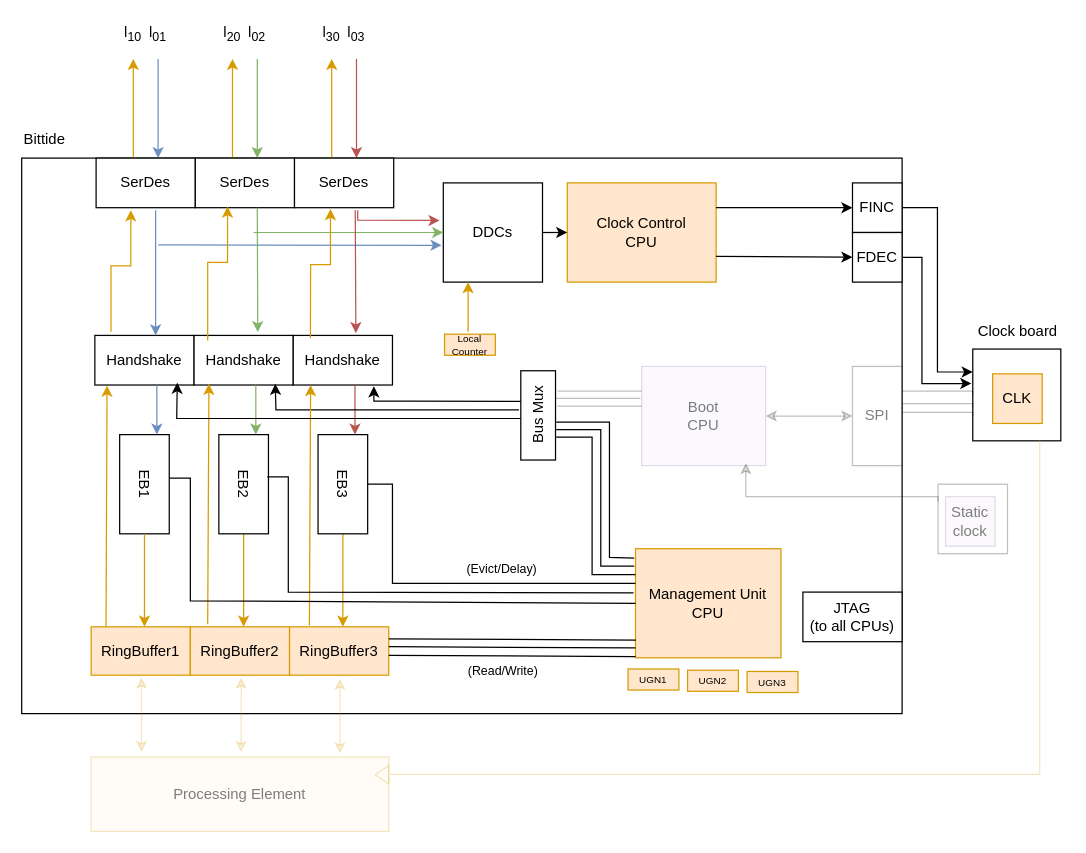
The draw.io diagram docs/diagrams/bittide-mu-diagram.drawio in bittide/bittide-hardware, before the edit. Source tidied: cells renumbered, new cells numbered last; positions are measured from the earlier drawing's top-left corner, leaving out a move shared by most shapes. Both pictures are drawn from the tidied source at 124%, with x=0, y=0 at pixel (21, 21).
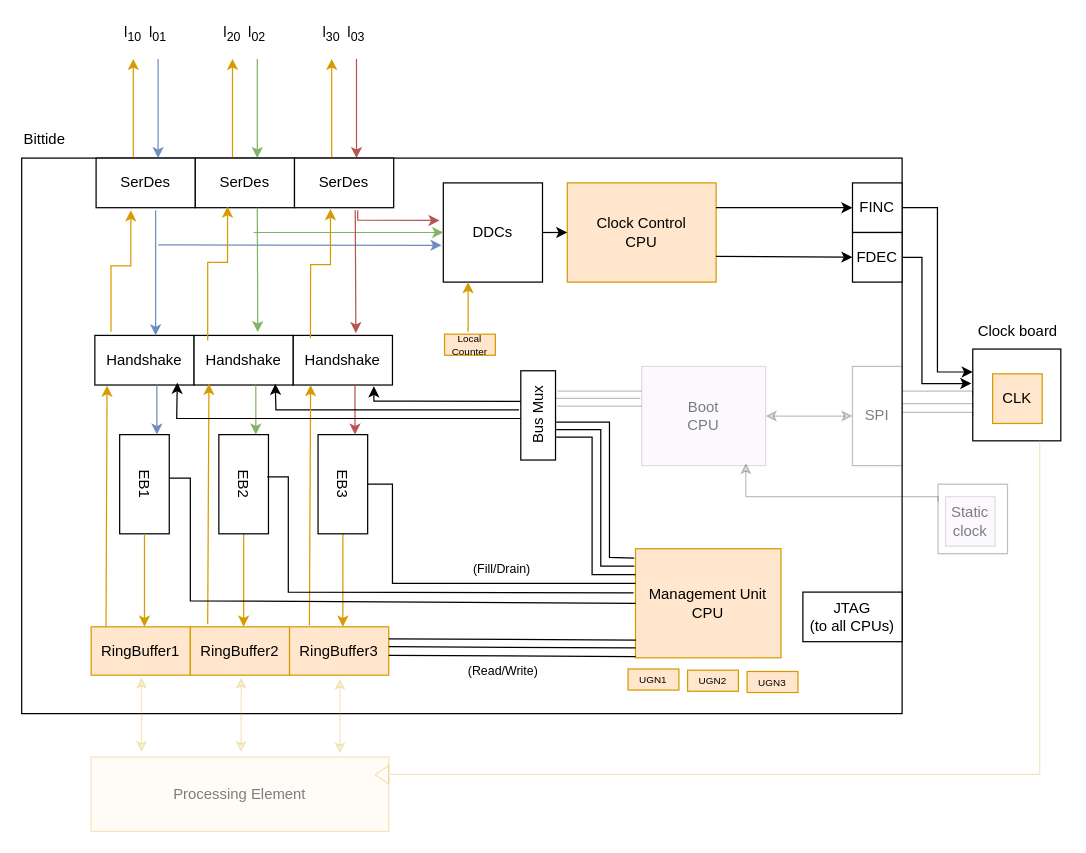
After the change.

Commit message:
Change delay to fill/drain in diagram

Diff of the diagram source:
```diff
@@
-    <mxCell id="97" value="&lt;font style=&quot;font-size: 10px;&quot;&gt;(Evict/Delay)&lt;/font&gt;" style="text;html=1;whiteSpace=wrap;strokeColor=none;fillColor=none;align=center;verticalAlign=middle;rounded=0;" parent="1" vertex="1">
+    <mxCell id="97" value="&lt;font style=&quot;font-size: 10px;&quot;&gt;(Fill/Drain)&lt;/font&gt;" style="text;html=1;whiteSpace=wrap;strokeColor=none;fillColor=none;align=center;verticalAlign=middle;rounded=0;" parent="1" vertex="1">
       <mxGeometry x="342" y="426" width="91" height="30" as="geometry" />
     </mxCell>
```
